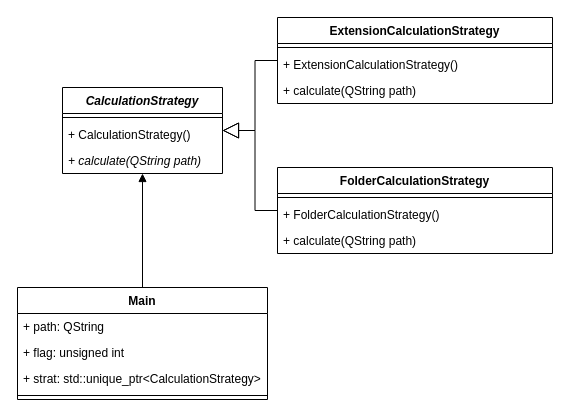
The draw.io diagram UML.drawio in lekksha/FileObserver, before the edit. Source tidied: cells renumbered, new cells numbered last; positions are measured from the earlier drawing's top-left corner, leaving out a move shared by most shapes. Both pictures are drawn from the tidied source at 100%, with x=0, y=0 at pixel (17, 17).
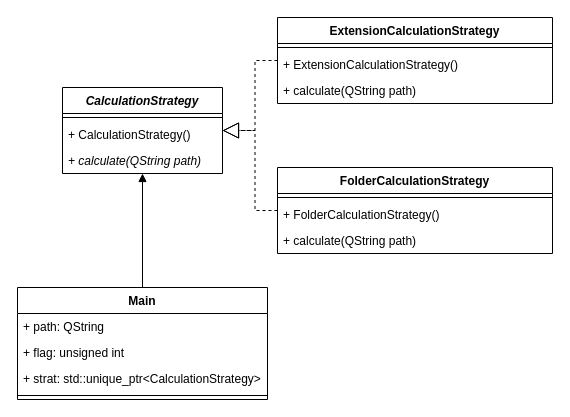
Above is the later version.

Commit message (it also covers changes not shown here):
make minor changes to UML

The change refers to these unchanged cells:
```xml
<mxCell id="2" value="&lt;i&gt;CalculationStrategy&lt;/i&gt;" style="swimlane;fontStyle=1;align=center;verticalAlign=top;horizontal=1;startSize=26;whiteSpace=wrap;html=1;" parent="1" vertex="1">
  <mxGeometry x="45" y="70" width="160" height="86" as="geometry" />
</mxCell>
<mxCell id="7" value="ExtensionCalculationStrategy" style="swimlane;fontStyle=1;align=center;verticalAlign=top;horizontal=1;startSize=26;whiteSpace=wrap;html=1;" parent="1" vertex="1">
  <mxGeometry x="260" width="275" height="86" as="geometry" />
</mxCell>
<mxCell id="11" value="FolderCalculationStrategy" style="swimlane;fontStyle=1;align=center;verticalAlign=top;horizontal=1;startSize=26;whiteSpace=wrap;html=1;" parent="1" vertex="1">
  <mxGeometry x="260" y="150" width="275" height="86" as="geometry" />
</mxCell>
```

Diff of the diagram source:
```diff
@@
-    <mxCell id="6" style="edgeStyle=orthogonalEdgeStyle;rounded=0;jettySize=auto;html=1;endArrow=block;endFill=0;endSize=14;" parent="1" edge="1" source="7" target="2">
+    <mxCell id="6" style="edgeStyle=orthogonalEdgeStyle;rounded=0;jettySize=auto;html=1;endArrow=block;endFill=0;endSize=14;dashed=1;" parent="1" edge="1" source="7" target="2">
       <mxGeometry relative="1" as="geometry" />
     </mxCell>
@@
-    <mxCell id="15" style="edgeStyle=orthogonalEdgeStyle;rounded=0;jettySize=auto;html=1;endArrow=block;endFill=0;endSize=14;" parent="1" edge="1" source="11" target="2">
+    <mxCell id="15" style="edgeStyle=orthogonalEdgeStyle;rounded=0;jettySize=auto;html=1;endArrow=block;endFill=0;endSize=14;dashed=1;" parent="1" edge="1" source="11" target="2">
       <mxGeometry relative="1" as="geometry" />
     </mxCell>
```
